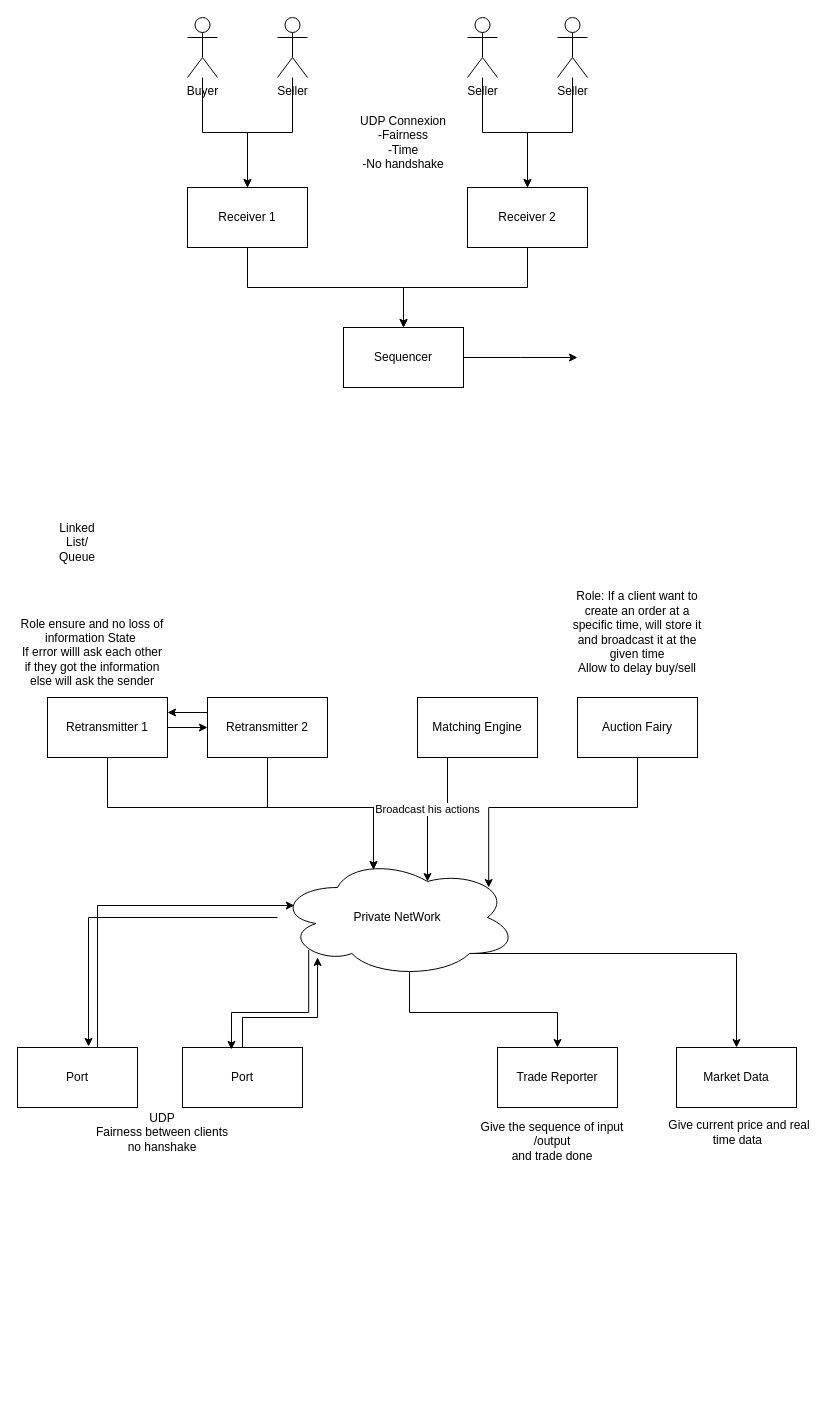
The draw.io diagram Diagramme sans nom.drawio in Mayeul78/SQLtest, before the edit. Source tidied: cells renumbered, new cells numbered last; positions are measured from the earlier drawing's top-left corner, leaving out a move shared by most shapes. Both pictures are drawn from the tidied source at 100%, with x=0, y=0 at pixel (17, 17).
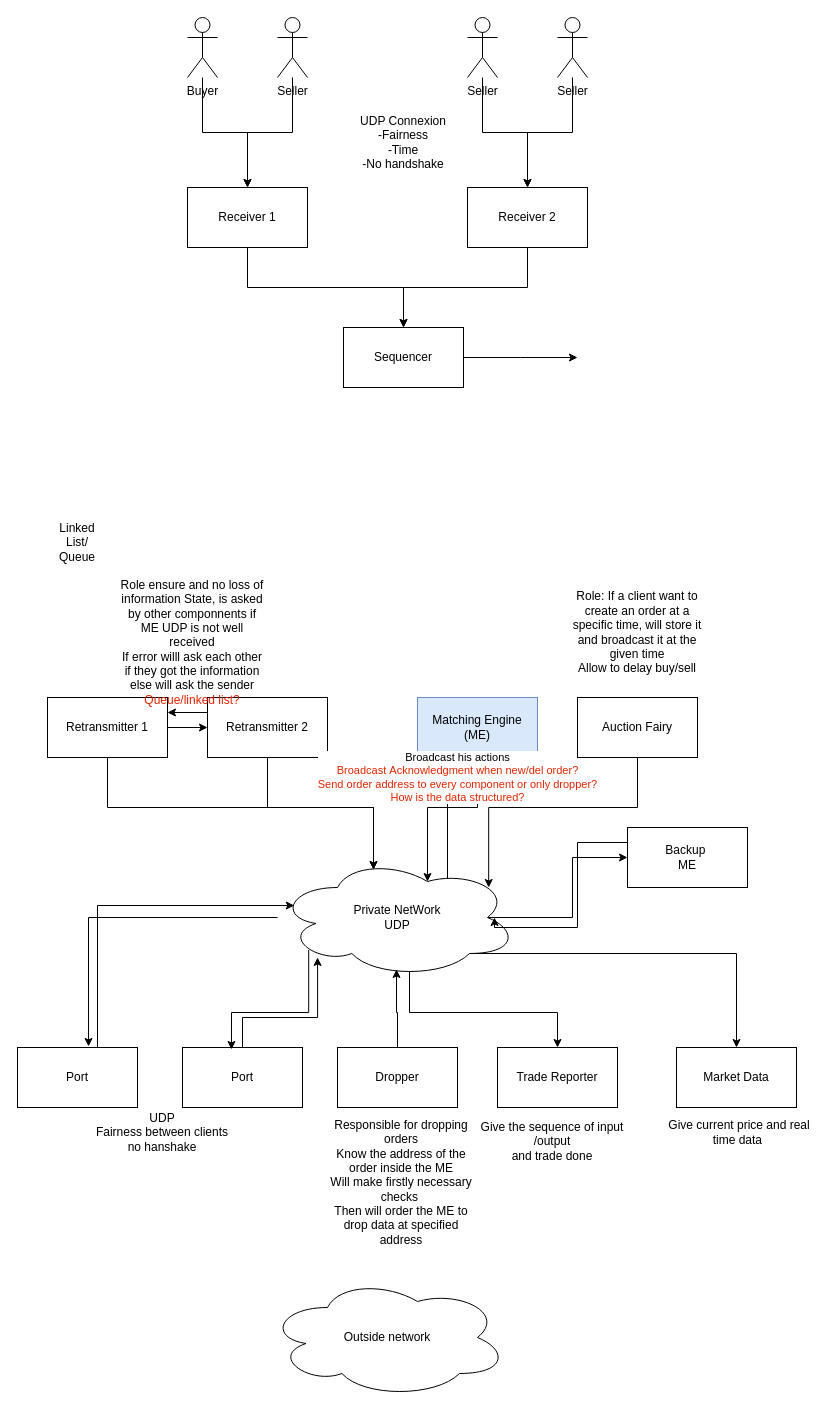
Above is the later version.

Commit message (it also covers changes not shown here):
Mettre à jour Diagramme sans nom.drawio

Change to the diagram source:
```diff
@@
-    <mxCell id="15" value="Matching Engine" style="rounded=0;whiteSpace=wrap;html=1;" parent="1" vertex="1">
+    <mxCell id="15" value="Matching Engine (ME)" style="rounded=0;whiteSpace=wrap;html=1;fillColor=#dae8fc;strokeColor=#6c8ebf;" parent="1" vertex="1">
       <mxGeometry x="400" y="680" width="120" height="60" as="geometry" />
     </mxCell>
@@
+    <mxCell id="44" style="edgeStyle=orthogonalEdgeStyle;rounded=0;jettySize=auto;html=1;entryX=0.5;entryY=1;entryDx=0;entryDy=0;exitX=0.625;exitY=0.2;exitDx=0;exitDy=0;exitPerimeter=0;" parent="1" edge="1" source="19" target="15">
+      <mxGeometry relative="1" as="geometry">
+        <Array as="points">
+          <mxPoint x="430" y="864" />
+          <mxPoint x="430" y="790" />
+          <mxPoint x="460" y="790" />
+        </Array>
+      </mxGeometry>
+    </mxCell>
+    <mxCell id="45" style="edgeStyle=orthogonalEdgeStyle;rounded=0;jettySize=auto;html=1;exitX=0.875;exitY=0.5;exitDx=0;exitDy=0;exitPerimeter=0;" parent="1" edge="1" source="19" target="49">
+      <mxGeometry relative="1" as="geometry" />
+    </mxCell>
-    <mxCell id="19" value="Private NetWork" style="ellipse;shape=cloud;whiteSpace=wrap;html=1;" parent="1" vertex="1">
+    <mxCell id="19" value="Private NetWork&lt;div&gt;UDP&lt;/div&gt;" style="ellipse;shape=cloud;whiteSpace=wrap;html=1;" parent="1" vertex="1">
       <mxGeometry x="260" y="840" width="240" height="120" as="geometry" />
     </mxCell>
@@
-    <mxCell id="28" value="Role ensure and no loss of information State&amp;nbsp;&lt;div&gt;If error willl ask each other if they got the information else will ask the sender&lt;/div&gt;" style="text;html=1;align=center;verticalAlign=middle;whiteSpace=wrap;rounded=0;" parent="1" vertex="1">
-      <mxGeometry y="620" width="150" height="30" as="geometry" />
+    <mxCell id="28" value="Role ensure and no loss of information State, is asked by other componnents if ME UDP is not well received&lt;div&gt;If error willl ask each other if they got the information else will ask the sender&lt;/div&gt;&lt;div&gt;&lt;font color=&quot;#e32400&quot;&gt;Queue/linked list?&lt;/font&gt;&lt;/div&gt;" style="text;html=1;align=center;verticalAlign=middle;whiteSpace=wrap;rounded=0;" parent="1" vertex="1">
+      <mxGeometry x="100" y="610" width="150" height="30" as="geometry" />
     </mxCell>
-    <mxCell id="29" value="Broadcast his actions" style="edgeStyle=orthogonalEdgeStyle;rounded=0;jettySize=auto;html=1;entryX=0.625;entryY=0.2;entryDx=0;entryDy=0;entryPerimeter=0;" parent="1" edge="1" source="15" target="19">
-      <mxGeometry relative="1" as="geometry">
+    <mxCell id="29" value="Broadcast his actions&lt;div&gt;&lt;font color=&quot;#e32400&quot;&gt;Broadcast&amp;nbsp;&lt;span style=&quot;caret-color: rgb(227, 36, 0);&quot;&gt;Acknowledgment when new/del order?&lt;/span&gt;&lt;/font&gt;&lt;/div&gt;&lt;div&gt;&lt;font color=&quot;#e32400&quot;&gt;Send order address to every component or only dropper?&lt;/font&gt;&lt;/div&gt;&lt;div&gt;&lt;font color=&quot;#e32400&quot;&gt;How is the data structured?&lt;/font&gt;&lt;/div&gt;" style="edgeStyle=orthogonalEdgeStyle;rounded=0;jettySize=auto;html=1;entryX=0.625;entryY=0.2;entryDx=0;entryDy=0;entryPerimeter=0;" parent="1" edge="1" source="15" target="19">
+      <mxGeometry x="-0.72" y="10" relative="1" as="geometry">
         <Array as="points">
           <mxPoint x="430" y="790" />
           <mxPoint x="410" y="790" />
         </Array>
       </mxGeometry>
     </mxCell>
@@
+    <mxCell id="46" style="edgeStyle=orthogonalEdgeStyle;rounded=0;jettySize=auto;html=1;entryX=0.496;entryY=0.933;entryDx=0;entryDy=0;entryPerimeter=0;" parent="1" edge="1" source="47" target="19">
+      <mxGeometry relative="1" as="geometry" />
+    </mxCell>
+    <mxCell id="47" value="Dropper" style="rounded=0;whiteSpace=wrap;html=1;" parent="1" vertex="1">
+      <mxGeometry x="320" y="1030" width="120" height="60" as="geometry" />
+    </mxCell>
+    <mxCell id="48" value="Responsible for dropping orders&lt;div&gt;Know the address of the order inside the ME&lt;/div&gt;&lt;div&gt;Will make firstly necessary checks&amp;nbsp;&lt;/div&gt;&lt;div&gt;Then will order the ME to drop data at specified address&lt;/div&gt;" style="text;html=1;align=center;verticalAlign=middle;whiteSpace=wrap;rounded=0;" parent="1" vertex="1">
+      <mxGeometry x="309" y="1150" width="150" height="30" as="geometry" />
+    </mxCell>
+    <mxCell id="49" value="Backup&amp;nbsp;&lt;div&gt;ME&lt;/div&gt;" style="rounded=0;whiteSpace=wrap;html=1;" parent="1" vertex="1">
+      <mxGeometry x="610" y="810" width="120" height="60" as="geometry" />
+    </mxCell>
+    <mxCell id="50" value="Outside network" style="ellipse;shape=cloud;whiteSpace=wrap;html=1;" parent="1" vertex="1">
+      <mxGeometry x="250" y="1260" width="240" height="120" as="geometry" />
+    </mxCell>
+    <mxCell id="51" style="edgeStyle=orthogonalEdgeStyle;rounded=0;jettySize=auto;html=1;exitX=0;exitY=0.25;exitDx=0;exitDy=0;entryX=0.904;entryY=0.5;entryDx=0;entryDy=0;entryPerimeter=0;" parent="1" edge="1" source="49" target="19">
+      <mxGeometry relative="1" as="geometry">
+        <Array as="points">
+          <mxPoint x="560" y="825" />
+          <mxPoint x="560" y="910" />
+          <mxPoint x="477" y="910" />
+        </Array>
+      </mxGeometry>
+    </mxCell>
```
